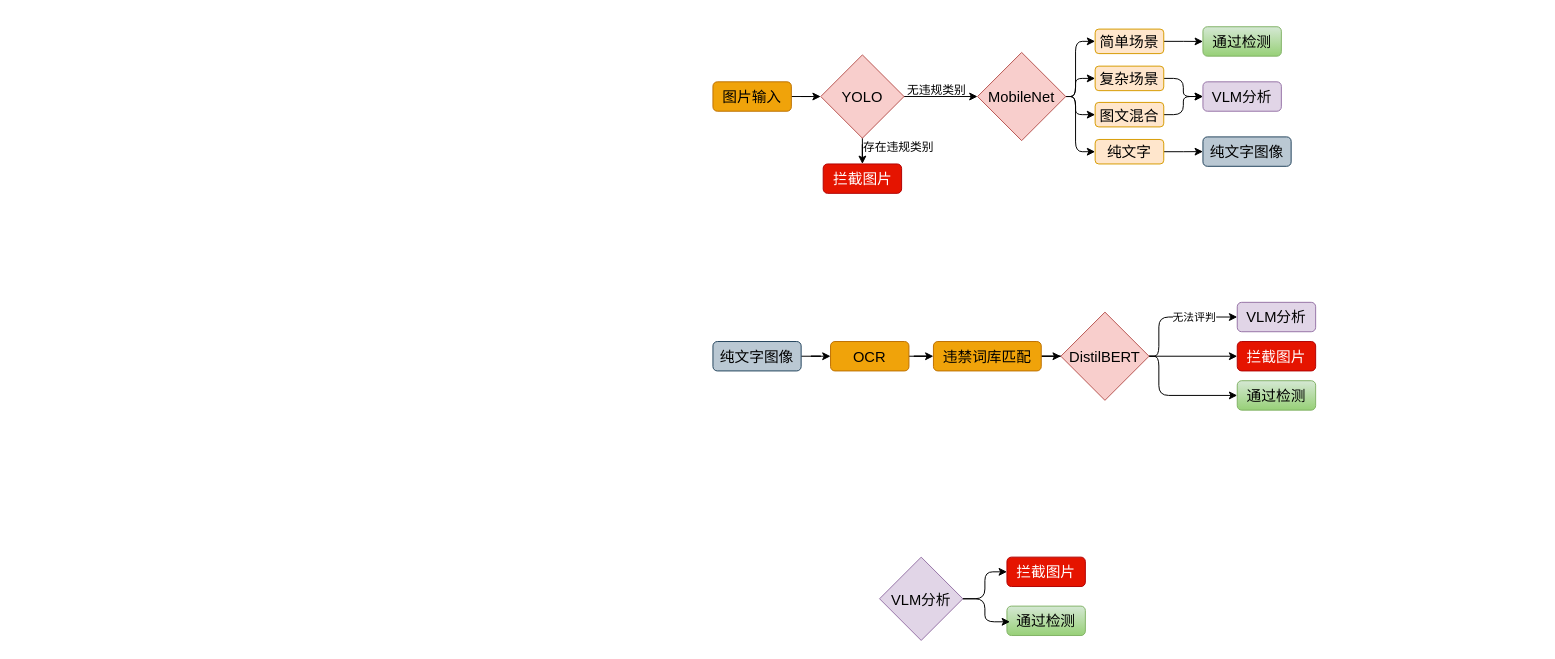
This is 本科项目/违规图片检测.drawio from Heart-ttt/picture-table, a draw.io file, before an edit. Source tidied: cells renumbered, new cells numbered last; positions are measured from the earlier drawing's top-left corner, leaving out a move shared by most shapes. Both pictures are drawn from the tidied source at 98%, with x=0, y=0 at pixel (712, 26).
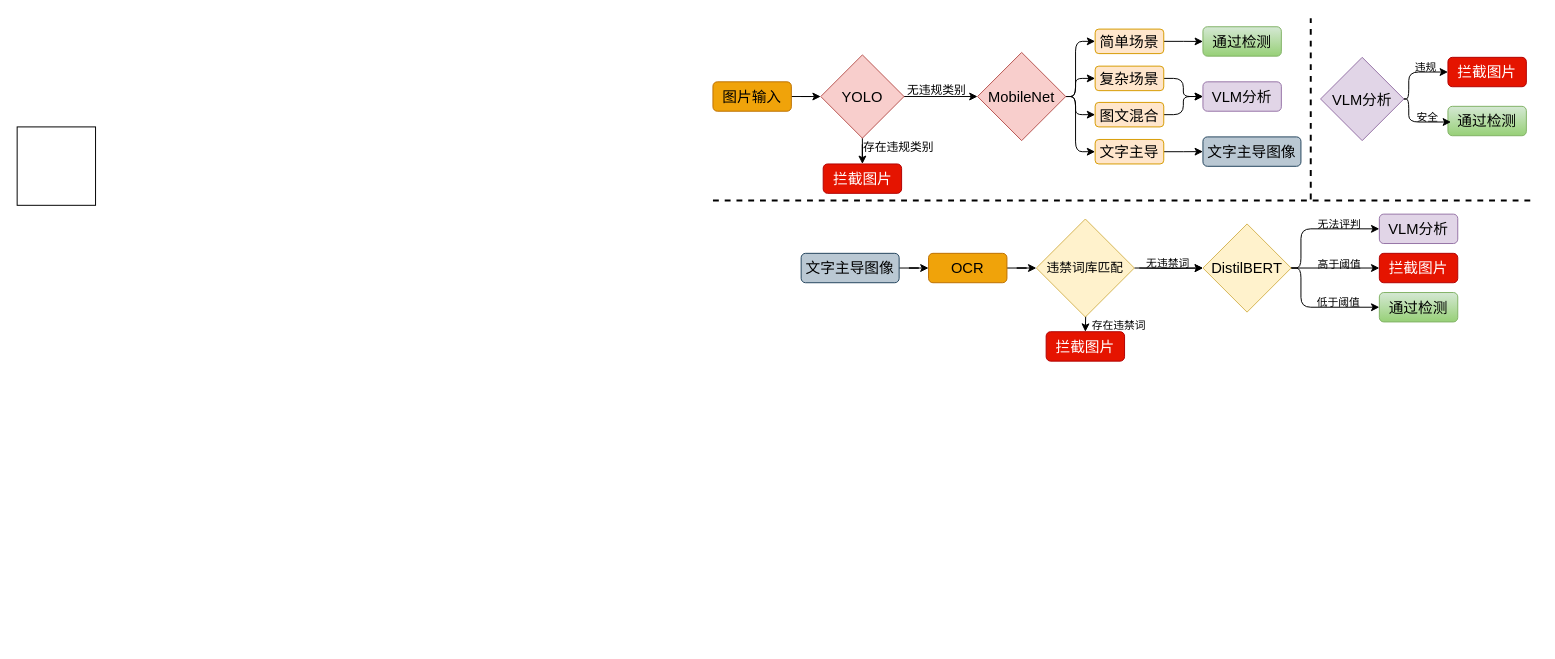
After the change.

Commit message:
更新违规图片检测.drawio

The change refers to these unchanged cells:
```xml
<mxCell id="37" style="edgeStyle=orthogonalEdgeStyle;rounded=0;jettySize=auto;html=1;entryX=0;entryY=0.5;entryDx=0;entryDy=0;" parent="1" edge="1" source="38" target="39">
  <mxGeometry relative="1" as="geometry" />
</mxCell>
```

Change to the diagram source:
```diff
@@
-    <mxCell id="21" value="&lt;font style=&quot;font-size: 15px;&quot;&gt;纯文字&lt;/font&gt;" style="rounded=1;whiteSpace=wrap;html=1;fillColor=#ffe6cc;strokeColor=#d79b00;" parent="1" vertex="1">
+    <mxCell id="21" value="&lt;font style=&quot;font-size: 15px;&quot;&gt;文字主导&lt;/font&gt;" style="rounded=1;whiteSpace=wrap;html=1;fillColor=#ffe6cc;strokeColor=#d79b00;" parent="1" vertex="1">
       <mxGeometry x="390" y="114.8" width="70" height="25" as="geometry" />
     </mxCell>
@@
-    <mxCell id="25" value="&lt;span style=&quot;font-size: 15px;&quot;&gt;纯文字图像&lt;/span&gt;" style="rounded=1;whiteSpace=wrap;html=1;fillColor=#bac8d3;strokeColor=#23445d;" parent="1" vertex="1">
-      <mxGeometry x="500" y="112.2" width="90" height="30" as="geometry" />
+    <mxCell id="25" value="&lt;span style=&quot;font-size: 15px;&quot;&gt;文字主导图像&lt;/span&gt;" style="rounded=1;whiteSpace=wrap;html=1;fillColor=#bac8d3;strokeColor=#23445d;" parent="1" vertex="1">
+      <mxGeometry x="500" y="112.2" width="100" height="30" as="geometry" />
     </mxCell>
-    <mxCell id="26" style="edgeStyle=orthogonalEdgeStyle;rounded=0;jettySize=auto;html=1;entryX=0;entryY=0.5;entryDx=0;entryDy=0;" parent="1" edge="1" source="27" target="29">
-      <mxGeometry relative="1" as="geometry" />
-    </mxCell>
-    <mxCell id="27" value="&lt;span style=&quot;font-size: 15px;&quot;&gt;纯文字图像&lt;/span&gt;" style="rounded=1;whiteSpace=wrap;html=1;fillColor=#bac8d3;strokeColor=#23445d;" parent="1" vertex="1">
-      <mxGeometry y="321" width="90" height="30" as="geometry" />
-    </mxCell>
-    <mxCell id="28" style="edgeStyle=orthogonalEdgeStyle;rounded=0;jettySize=auto;html=1;" parent="1" edge="1" source="29" target="31">
+    <mxCell id="28" style="edgeStyle=orthogonalEdgeStyle;rounded=0;jettySize=auto;html=1;entryX=0;entryY=0.5;entryDx=0;entryDy=0;" parent="1" edge="1" source="29" target="31">
       <mxGeometry relative="1" as="geometry" />
     </mxCell>
     <mxCell id="29" value="&lt;font style=&quot;font-size: 15px;&quot;&gt;OCR&lt;/font&gt;" style="rounded=1;whiteSpace=wrap;html=1;fillColor=#f0a30a;strokeColor=#BD7000;fontColor=#000000;" parent="1" vertex="1">
-      <mxGeometry x="120" y="321" width="80" height="30" as="geometry" />
+      <mxGeometry x="220" y="231" width="80" height="30" as="geometry" />
     </mxCell>
-    <mxCell id="30" style="edgeStyle=orthogonalEdgeStyle;rounded=0;jettySize=auto;html=1;entryX=0;entryY=0.5;entryDx=0;entryDy=0;" parent="1" edge="1" source="31" target="38">
-      <mxGeometry relative="1" as="geometry" />
+    <mxCell id="30" style="edgeStyle=orthogonalEdgeStyle;rounded=0;jettySize=auto;html=1;entryX=0;entryY=0.5;entryDx=0;entryDy=0;" parent="1" edge="1" target="38">
+      <mxGeometry relative="1" as="geometry">
+        <mxPoint x="435" y="246" as="sourcePoint" />
+      </mxGeometry>
     </mxCell>
-    <mxCell id="31" value="&lt;font style=&quot;font-size: 15px;&quot;&gt;违禁词库匹配&lt;/font&gt;" style="rounded=1;whiteSpace=wrap;html=1;fillColor=#f0a30a;strokeColor=#BD7000;fontColor=#000000;" parent="1" vertex="1">
-      <mxGeometry x="225" y="321" width="110" height="30" as="geometry" />
-    </mxCell>
+    <mxCell id="45" value="无违禁词" style="edgeLabel;html=1;align=center;verticalAlign=middle;labelBackgroundColor=none;" parent="30" vertex="1">
+      <mxGeometry x="-0.16" relative="1" as="geometry">
+        <mxPoint x="1" y="-6" as="offset" />
+      </mxGeometry>
+    </mxCell>
+    <mxCell id="46" style="edgeStyle=orthogonalEdgeStyle;rounded=0;jettySize=auto;html=1;entryX=0.5;entryY=0;entryDx=0;entryDy=0;" parent="1" edge="1" target="55">
+      <mxGeometry relative="1" as="geometry">
+        <mxPoint x="380" y="261" as="sourcePoint" />
+      </mxGeometry>
+    </mxCell>
+    <mxCell id="47" value="存在违禁词" style="edgeLabel;html=1;align=center;verticalAlign=middle;labelBackgroundColor=none;" parent="46" vertex="1">
+      <mxGeometry x="0.02" y="1" relative="1" as="geometry">
+        <mxPoint x="32" y="18" as="offset" />
+      </mxGeometry>
+    </mxCell>
+    <mxCell id="48" style="edgeStyle=orthogonalEdgeStyle;rounded=0;jettySize=auto;html=1;exitX=1;exitY=0.5;exitDx=0;exitDy=0;" parent="1" edge="1" source="31" target="38">
+      <mxGeometry relative="1" as="geometry" />
+    </mxCell>
     <mxCell id="32" style="edgeStyle=orthogonalEdgeStyle;rounded=1;jettySize=auto;html=1;entryX=0;entryY=0.5;entryDx=0;entryDy=0;exitX=1;exitY=0.5;exitDx=0;exitDy=0;curved=0;" parent="1" edge="1" source="38" target="34">
       <mxGeometry relative="1" as="geometry">
         <Array as="points">
-          <mxPoint x="455" y="336" />
-          <mxPoint x="455" y="376" />
+          <mxPoint x="600" y="246" />
+          <mxPoint x="600" y="286" />
         </Array>
       </mxGeometry>
     </mxCell>
+    <mxCell id="49" value="低于阈值" style="edgeLabel;html=1;align=center;verticalAlign=middle;labelBackgroundColor=none;" parent="32" vertex="1">
+      <mxGeometry x="0.39" y="-1" relative="1" as="geometry">
+        <mxPoint x="-3" y="-7" as="offset" />
+      </mxGeometry>
+    </mxCell>
     <mxCell id="33" value="&lt;span style=&quot;font-size: 15px;&quot;&gt;VLM分析&lt;/span&gt;" style="rounded=1;whiteSpace=wrap;html=1;fillColor=#e1d5e7;strokeColor=#9673a6;" parent="1" vertex="1">
-      <mxGeometry x="535" y="281" width="80" height="30" as="geometry" />
+      <mxGeometry x="680" y="191" width="80" height="30" as="geometry" />
     </mxCell>
     <mxCell id="34" value="&lt;span style=&quot;font-size: 15px;&quot;&gt;通过检测&lt;/span&gt;" style="rounded=1;whiteSpace=wrap;html=1;fillColor=#d5e8d4;strokeColor=#82b366;gradientColor=#97d077;" parent="1" vertex="1">
-      <mxGeometry x="535" y="361" width="80" height="30" as="geometry" />
+      <mxGeometry x="680" y="271" width="80" height="30" as="geometry" />
     </mxCell>
     <mxCell id="35" style="edgeStyle=orthogonalEdgeStyle;rounded=1;jettySize=auto;html=1;entryX=0;entryY=0.5;entryDx=0;entryDy=0;curved=0;" parent="1" edge="1" source="38" target="33">
       <mxGeometry relative="1" as="geometry">
         <Array as="points">
-          <mxPoint x="455" y="336" />
-          <mxPoint x="455" y="296" />
+          <mxPoint x="600" y="246" />
+          <mxPoint x="600" y="206" />
         </Array>
       </mxGeometry>
     </mxCell>
-    <mxCell id="36" value="无法评判" style="edgeLabel;html=1;align=center;verticalAlign=middle;" parent="35" vertex="1">
-      <mxGeometry x="0.31" relative="1" as="geometry" />
+    <mxCell id="36" value="无法评判" style="edgeLabel;html=1;align=center;verticalAlign=middle;labelBackgroundColor=none;" parent="35" vertex="1">
+      <mxGeometry x="0.31" relative="1" as="geometry">
+        <mxPoint x="3" y="-5" as="offset" />
+      </mxGeometry>
     </mxCell>
@@
+    <mxCell id="50" value="高于阈值" style="edgeLabel;html=1;align=center;verticalAlign=middle;labelBackgroundColor=none;" parent="37" vertex="1">
+      <mxGeometry x="0.07" relative="1" as="geometry">
+        <mxPoint y="-5" as="offset" />
+      </mxGeometry>
+    </mxCell>
-    <mxCell id="38" value="&lt;span style=&quot;font-size: 15px;&quot;&gt;DistilBERT&lt;/span&gt;" style="rhombus;whiteSpace=wrap;html=1;fillColor=#f8cecc;strokeColor=#b85450;" parent="1" vertex="1">
-      <mxGeometry x="355" y="291" width="90" height="90" as="geometry" />
+    <mxCell id="38" value="&lt;span style=&quot;font-size: 15px;&quot;&gt;DistilBERT&lt;/span&gt;" style="rhombus;whiteSpace=wrap;html=1;fillColor=#fff2cc;strokeColor=#d6b656;" parent="1" vertex="1">
+      <mxGeometry x="500" y="201" width="90" height="90" as="geometry" />
     </mxCell>
     <mxCell id="39" value="&lt;font style=&quot;font-size: 15px;&quot;&gt;拦截图片&lt;/font&gt;" style="rounded=1;whiteSpace=wrap;html=1;fillColor=#e51400;strokeColor=#B20000;fontColor=#ffffff;" parent="1" vertex="1">
-      <mxGeometry x="535" y="321" width="80" height="30" as="geometry" />
+      <mxGeometry x="680" y="231" width="80" height="30" as="geometry" />
     </mxCell>
     <mxCell id="40" style="edgeStyle=orthogonalEdgeStyle;rounded=1;jettySize=auto;html=1;entryX=0;entryY=0.5;entryDx=0;entryDy=0;curved=0;" parent="1" edge="1" source="41" target="42">
-      <mxGeometry relative="1" as="geometry" />
+      <mxGeometry relative="1" as="geometry">
+        <Array as="points">
+          <mxPoint x="710" y="74" />
+          <mxPoint x="710" y="46" />
+        </Array>
+      </mxGeometry>
     </mxCell>
+    <mxCell id="51" value="违规" style="edgeLabel;html=1;align=center;verticalAlign=middle;labelBackgroundColor=none;" parent="40" vertex="1">
+      <mxGeometry x="0.36" y="-1" relative="1" as="geometry">
+        <mxPoint y="-7" as="offset" />
+      </mxGeometry>
+    </mxCell>
     <mxCell id="41" value="&lt;span style=&quot;font-size: 15px;&quot;&gt;VLM分析&lt;/span&gt;" style="rhombus;whiteSpace=wrap;html=1;fillColor=#e1d5e7;strokeColor=#9673a6;" parent="1" vertex="1">
-      <mxGeometry x="170" y="541" width="85" height="85" as="geometry" />
+      <mxGeometry x="620" y="31" width="85" height="85" as="geometry" />
     </mxCell>
     <mxCell id="42" value="&lt;font style=&quot;font-size: 15px;&quot;&gt;拦截图片&lt;/font&gt;" style="rounded=1;whiteSpace=wrap;html=1;fillColor=#e51400;strokeColor=#B20000;fontColor=#ffffff;" parent="1" vertex="1">
-      <mxGeometry x="300" y="541" width="80" height="30" as="geometry" />
+      <mxGeometry x="750" y="31" width="80" height="30" as="geometry" />
     </mxCell>
     <mxCell id="43" value="&lt;span style=&quot;font-size: 15px;&quot;&gt;通过检测&lt;/span&gt;" style="rounded=1;whiteSpace=wrap;html=1;fillColor=#d5e8d4;strokeColor=#82b366;gradientColor=#97d077;" parent="1" vertex="1">
-      <mxGeometry x="300" y="591" width="80" height="30" as="geometry" />
+      <mxGeometry x="750" y="81" width="80" height="30" as="geometry" />
     </mxCell>
     <mxCell id="44" style="edgeStyle=orthogonalEdgeStyle;rounded=1;jettySize=auto;html=1;entryX=0.039;entryY=0.533;entryDx=0;entryDy=0;entryPerimeter=0;curved=0;" parent="1" edge="1" source="41" target="43">
-      <mxGeometry relative="1" as="geometry" />
+      <mxGeometry relative="1" as="geometry">
+        <Array as="points">
+          <mxPoint x="710" y="74" />
+          <mxPoint x="710" y="97" />
+        </Array>
+      </mxGeometry>
     </mxCell>
+    <mxCell id="52" value="安全" style="edgeLabel;html=1;align=center;verticalAlign=middle;labelBackgroundColor=none;" parent="44" vertex="1">
+      <mxGeometry x="0.31" relative="1" as="geometry">
+        <mxPoint y="-5" as="offset" />
+      </mxGeometry>
+    </mxCell>
+    <mxCell id="53" style="edgeStyle=orthogonalEdgeStyle;rounded=0;jettySize=auto;html=1;" parent="1" edge="1" source="54" target="29">
+      <mxGeometry relative="1" as="geometry" />
+    </mxCell>
+    <mxCell id="54" value="&lt;span style=&quot;font-size: 15px;&quot;&gt;文字主导图像&lt;/span&gt;" style="rounded=1;whiteSpace=wrap;html=1;fillColor=#bac8d3;strokeColor=#23445d;" parent="1" vertex="1">
+      <mxGeometry x="90" y="231" width="100" height="30" as="geometry" />
+    </mxCell>
+    <mxCell id="55" value="&lt;font style=&quot;font-size: 15px;&quot;&gt;拦截图片&lt;/font&gt;" style="rounded=1;whiteSpace=wrap;html=1;fillColor=#e51400;strokeColor=#B20000;fontColor=#ffffff;" parent="1" vertex="1">
+      <mxGeometry x="340" y="311" width="80" height="30" as="geometry" />
+    </mxCell>
+    <mxCell id="31" value="&lt;font style=&quot;font-size: 13px;&quot;&gt;违禁词库匹配&lt;/font&gt;" style="rhombus;whiteSpace=wrap;html=1;fillColor=#fff2cc;strokeColor=#d6b656;" parent="1" vertex="1">
+      <mxGeometry x="330" y="196" width="100" height="100" as="geometry" />
+    </mxCell>
+    <mxCell id="56" style="whiteSpace=wrap;html=1;" parent="1" vertex="1">
+      <mxGeometry x="-710" y="102" width="80" height="80" as="geometry" />
+    </mxCell>
+    <mxCell id="57" style="endArrow=none;dashed=1;html=1;rounded=0;strokeWidth=2;" parent="1" edge="1">
+      <mxGeometry relative="1" as="geometry">
+        <mxPoint x="610" y="176" as="sourcePoint" />
+        <mxPoint x="610" y="-9" as="targetPoint" />
+      </mxGeometry>
+    </mxCell>
+    <mxCell id="58" style="endArrow=none;dashed=1;html=1;rounded=0;strokeWidth=2;" parent="1" edge="1">
+      <mxGeometry relative="1" as="geometry">
+        <mxPoint y="177" as="sourcePoint" />
+        <mxPoint x="840" y="177" as="targetPoint" />
+      </mxGeometry>
+    </mxCell>
```
